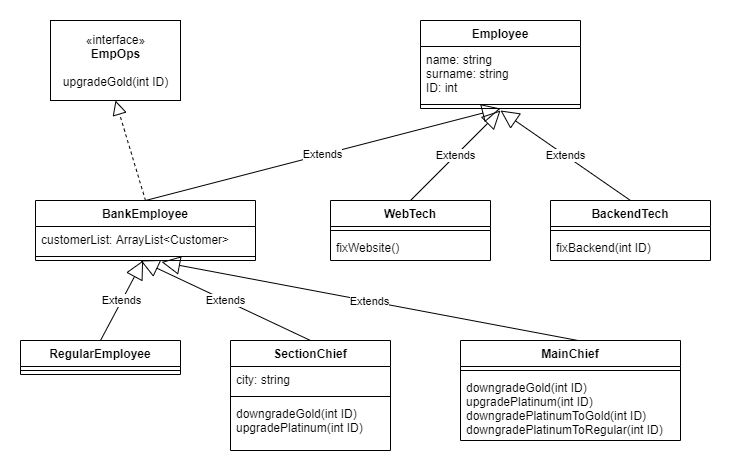
This is SoftCon2020_Assignment_4/employees_pkg_UML.png from maxi1123/swc-group37, a draw.io export, as it was before one commit. Source tidied: cells renumbered, new cells last; positions are measured from the earlier drawing's top-left corner, leaving out a move shared by most shapes.
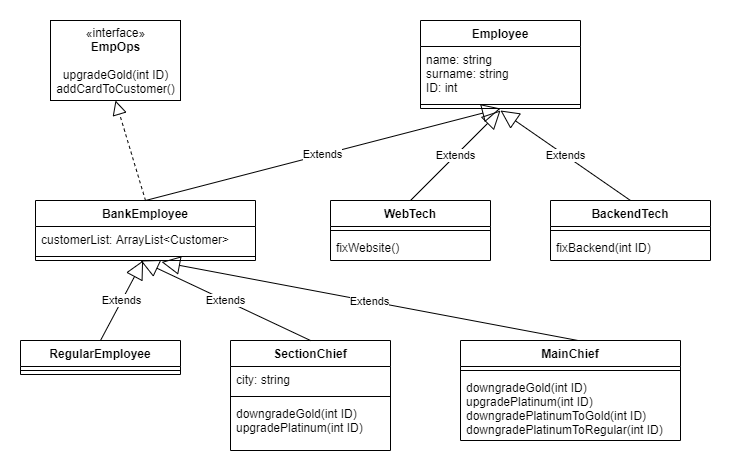
After the commit.

Commit message:
updated employees UML

Change to the diagram source:
```diff
@@ -2,7 +2,7 @@
   <root>
     <mxCell id="0" />
     <mxCell id="1" parent="0" />
-    <mxCell id="2" value="«interface»&lt;br&gt;&lt;b&gt;EmpOps&lt;/b&gt;&lt;br&gt;&lt;br&gt;upgradeGold(int ID)" style="html=1;" parent="1" vertex="1">
+    <mxCell id="2" value="«interface»&lt;br&gt;&lt;b&gt;EmpOps&lt;/b&gt;&lt;br&gt;&lt;br&gt;upgradeGold(int ID)&lt;br&gt;addCardToCustomer()" style="html=1;" parent="1" vertex="1">
       <mxGeometry x="30" width="130" height="80" as="geometry" />
     </mxCell>
     <mxCell id="3" value="Employee" style="swimlane;fontStyle=1;align=center;verticalAlign=top;horizontal=1;startSize=26;" parent="1" vertex="1">
```
